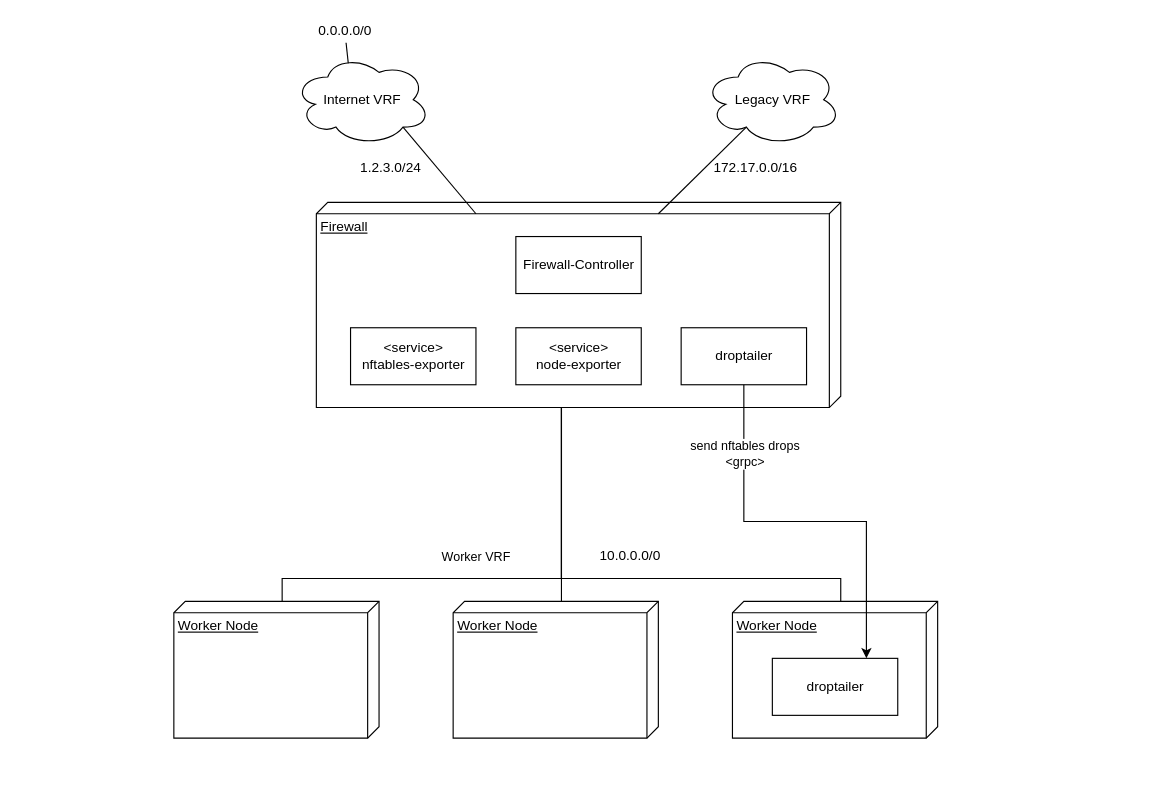
This is architecture.drawio from metal-stack/firewall-controller, a draw.io file, before an edit. Source tidied: cells renumbered, new cells numbered last; positions are measured from the earlier drawing's top-left corner, leaving out a move shared by most shapes. Both pictures are drawn from the tidied source at 114%, with x=0, y=0 at pixel (173, 19).
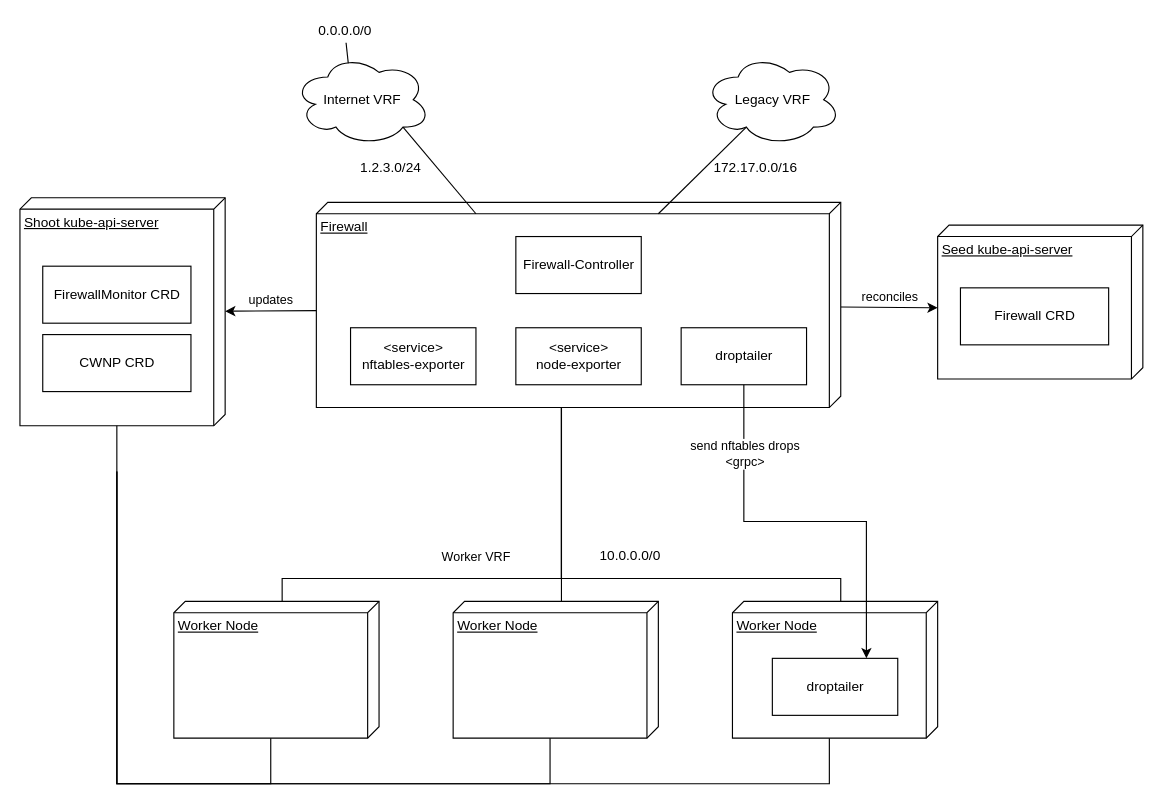
After the change.

Unchanged cells that the change refers to:
```xml
<mxCell id="2" value="Worker Node" style="verticalAlign=top;align=left;spacingTop=8;spacingLeft=2;spacingRight=12;shape=cube;size=10;direction=south;fontStyle=4;html=1;" parent="1" vertex="1">
  <mxGeometry y="510" width="180" height="120" as="geometry" />
</mxCell>
<mxCell id="3" value="Firewall" style="verticalAlign=top;align=left;spacingTop=8;spacingLeft=2;spacingRight=12;shape=cube;size=10;direction=south;fontStyle=4;html=1;" parent="1" vertex="1">
  <mxGeometry x="125" y="160" width="460" height="180" as="geometry" />
</mxCell>
<mxCell id="23" value="Worker Node" style="verticalAlign=top;align=left;spacingTop=8;spacingLeft=2;spacingRight=12;shape=cube;size=10;direction=south;fontStyle=4;html=1;" parent="1" vertex="1">
  <mxGeometry x="245" y="510" width="180" height="120" as="geometry" />
</mxCell>
<mxCell id="24" value="Worker Node" style="verticalAlign=top;align=left;spacingTop=8;spacingLeft=2;spacingRight=12;shape=cube;size=10;direction=south;fontStyle=4;html=1;" parent="1" vertex="1">
  <mxGeometry x="490" y="510" width="180" height="120" as="geometry" />
</mxCell>
```

The edit, as a diff of the source:
```diff
@@
+    <mxCell id="28" value="reconciles" style="edgeStyle=none;html=1;entryX=0;entryY=0;entryDx=72.5;entryDy=180;entryPerimeter=0;endArrow=classic;endFill=1;verticalAlign=bottom;" parent="1" edge="1" source="3" target="34">
+      <mxGeometry relative="1" as="geometry" />
+    </mxCell>
@@
+    <mxCell id="29" value="updates" style="edgeStyle=none;html=1;entryX=0;entryY=0;entryDx=95;entryDy=460;entryPerimeter=0;endArrow=none;endFill=0;startArrow=classic;startFill=1;verticalAlign=bottom;" parent="1" edge="1" source="30" target="3">
+      <mxGeometry relative="1" as="geometry" />
+    </mxCell>
+    <mxCell id="30" value="Shoot kube-api-server" style="verticalAlign=top;align=left;spacingTop=8;spacingLeft=2;spacingRight=12;shape=cube;size=10;direction=south;fontStyle=4;html=1;" parent="1" vertex="1">
+      <mxGeometry x="-135" y="156" width="180" height="200" as="geometry" />
+    </mxCell>
+    <mxCell id="31" style="edgeStyle=orthogonalEdgeStyle;rounded=0;jettySize=auto;html=1;endArrow=none;endFill=0;entryX=0;entryY=0;entryDx=120;entryDy=95;entryPerimeter=0;exitX=0;exitY=0;exitDx=240;exitDy=95;exitPerimeter=0;" parent="1" edge="1" source="30" target="2">
+      <mxGeometry relative="1" as="geometry">
+        <Array as="points">
+          <mxPoint x="-50" y="670" />
+          <mxPoint x="85" y="670" />
+        </Array>
+      </mxGeometry>
+    </mxCell>
+    <mxCell id="32" style="edgeStyle=orthogonalEdgeStyle;rounded=0;jettySize=auto;html=1;endArrow=none;endFill=0;entryX=0;entryY=0;entryDx=120;entryDy=95;entryPerimeter=0;exitX=0;exitY=0;exitDx=240;exitDy=95;exitPerimeter=0;" parent="1" edge="1" source="30" target="23">
+      <mxGeometry relative="1" as="geometry">
+        <Array as="points">
+          <mxPoint x="-50" y="670" />
+          <mxPoint x="330" y="670" />
+        </Array>
+      </mxGeometry>
+    </mxCell>
+    <mxCell id="33" value="FirewallMonitor CRD" style="html=1;" parent="1" vertex="1">
+      <mxGeometry x="-115" y="216" width="130" height="50" as="geometry" />
+    </mxCell>
+    <mxCell id="34" value="Seed kube-api-server" style="verticalAlign=top;align=left;spacingTop=8;spacingLeft=2;spacingRight=12;shape=cube;size=10;direction=south;fontStyle=4;html=1;" parent="1" vertex="1">
+      <mxGeometry x="670" y="180" width="180" height="135" as="geometry" />
+    </mxCell>
+    <mxCell id="35" value="Firewall CRD" style="html=1;" parent="1" vertex="1">
+      <mxGeometry x="690" y="235" width="130" height="50" as="geometry" />
+    </mxCell>
+    <mxCell id="36" style="edgeStyle=orthogonalEdgeStyle;rounded=0;jettySize=auto;html=1;exitX=0;exitY=0;exitDx=200;exitDy=95;endArrow=none;endFill=0;exitPerimeter=0;entryX=0;entryY=0;entryDx=120;entryDy=95;entryPerimeter=0;" parent="1" edge="1" source="30" target="24">
+      <mxGeometry relative="1" as="geometry">
+        <Array as="points">
+          <mxPoint x="-50" y="670" />
+          <mxPoint x="575" y="670" />
+        </Array>
+      </mxGeometry>
+    </mxCell>
+    <mxCell id="37" value="CWNP CRD" style="html=1;" parent="1" vertex="1">
+      <mxGeometry x="-115" y="276" width="130" height="50" as="geometry" />
+    </mxCell>
```
